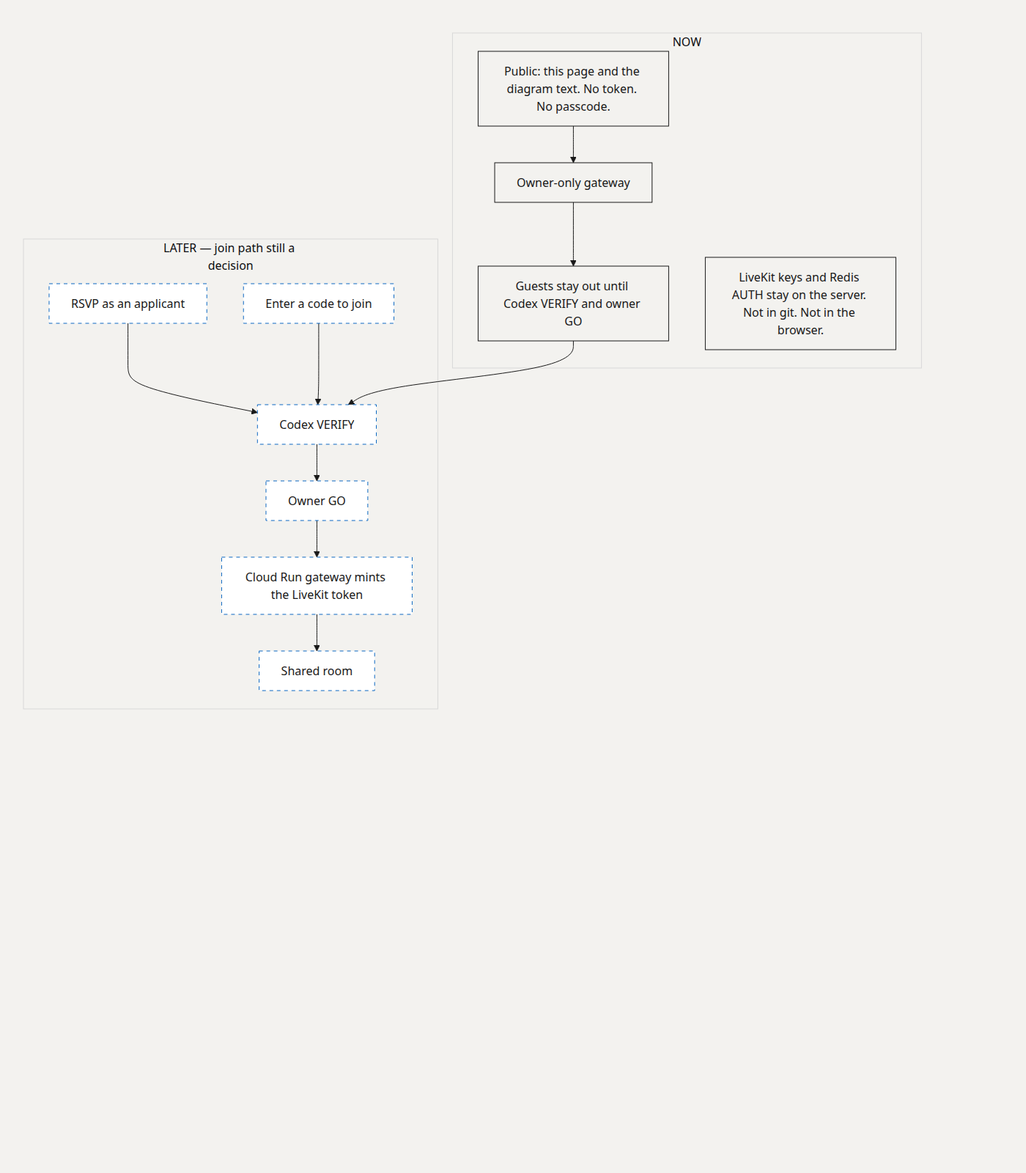
Before: floor/diagrams/call-access.png, a diagram exported from Mermaid (sfdc-24/sfdc24-site). Its source is kept beside it as floor/diagrams/call-access.mmd. Its diagram source:
```mermaid
flowchart TB
  classDef now fill:#F3F2EF,stroke:#191919,color:#191919;
  classDef later fill:#FFFFFF,stroke:#0A66C2,color:#191919,stroke-dasharray: 5 5;

  subgraph nowbox["NOW"]
    public["Public: this page and the diagram text. No token. No passcode."]
    gateway["Owner-only gateway"]
    guests["Guests stay out until Codex VERIFY and owner GO"]
    secrets["LiveKit keys and Redis AUTH stay on the server. Not in git. Not in the browser."]
  end

  subgraph laterbox["LATER — join path still a decision"]
    rsvp["RSVP as an applicant"]
    code["Enter a code to join"]
    verify["Codex VERIFY"]
    go["Owner GO"]
    token["Cloud Run gateway mints the LiveKit token"]
    room["Shared room"]
  end

  public --> gateway
  gateway --> guests
  rsvp --> verify
  code --> verify
  guests --> verify
  verify --> go
  go --> token
  token --> room

  class public,gateway,guests,secrets now;
  class rsvp,code,verify,go,token,room later;
```
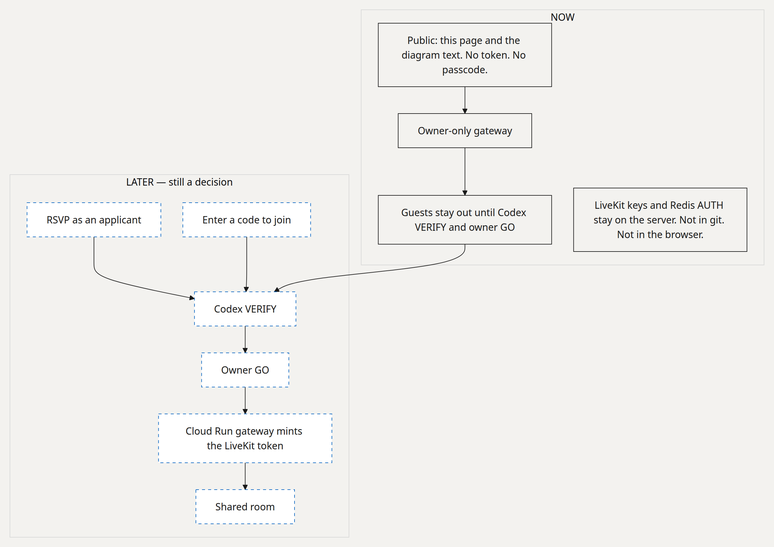
The same diagram one commit later.

Diff of the diagram source:
```diff
@@ -9,7 +9,7 @@
     secrets["LiveKit keys and Redis AUTH stay on the server. Not in git. Not in the browser."]
   end
 
-  subgraph laterbox["LATER — join path still a decision"]
+  subgraph laterbox["LATER — still a decision"]
     rsvp["RSVP as an applicant"]
     code["Enter a code to join"]
     verify["Codex VERIFY"]
```
